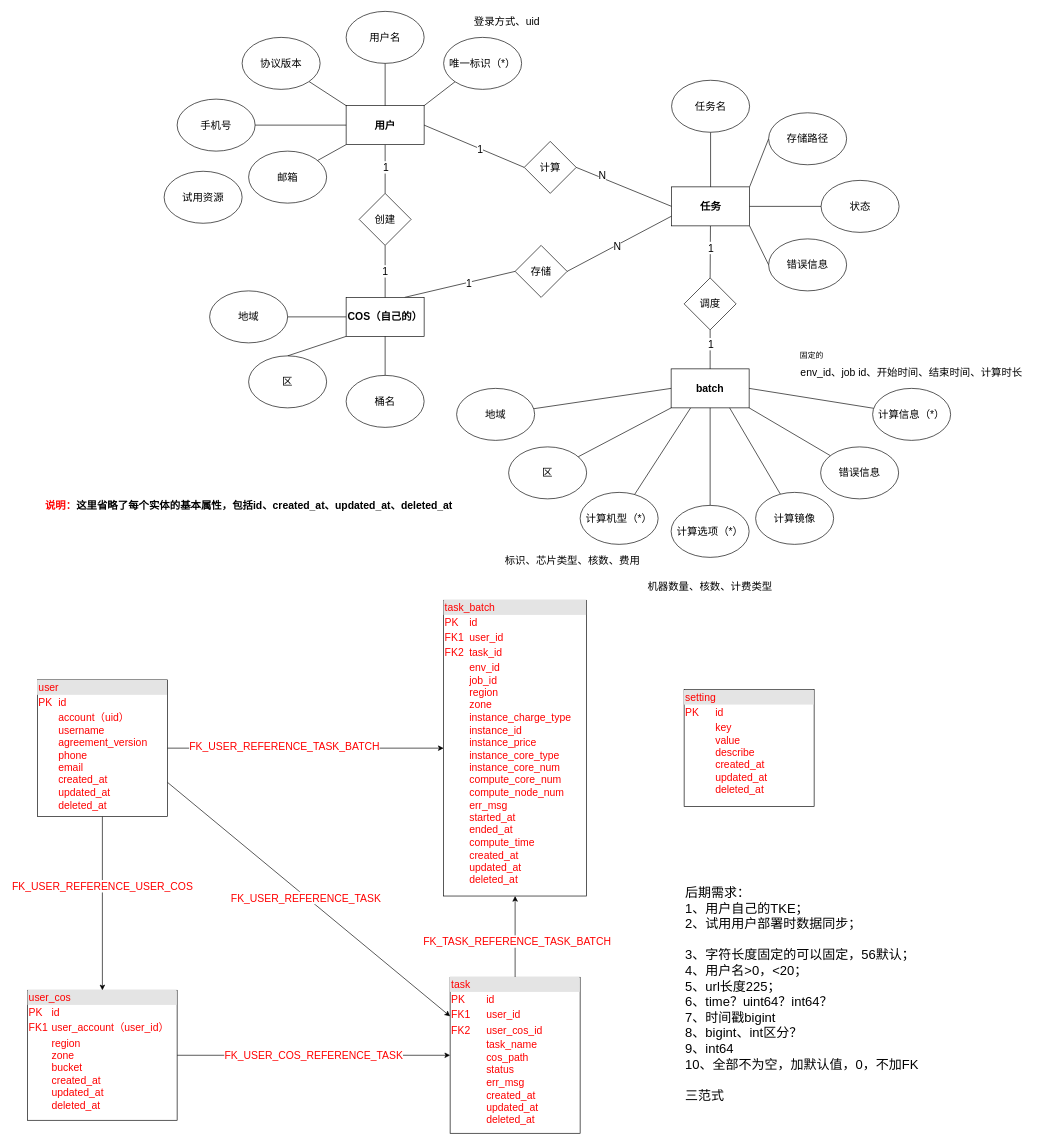
This is page "数据库设计" (2 of 2) of draft/mutfold/Untitled Diagram.drawio from mattshhuang/draw-io, a draw.io file, before an edit. Source tidied: cells renumbered, new cells numbered last; positions are measured from the earlier drawing's top-left corner, leaving out a move shared by most shapes. Both pictures are drawn from the tidied source at 65%, with x=0, y=0 at pixel (27, 11).
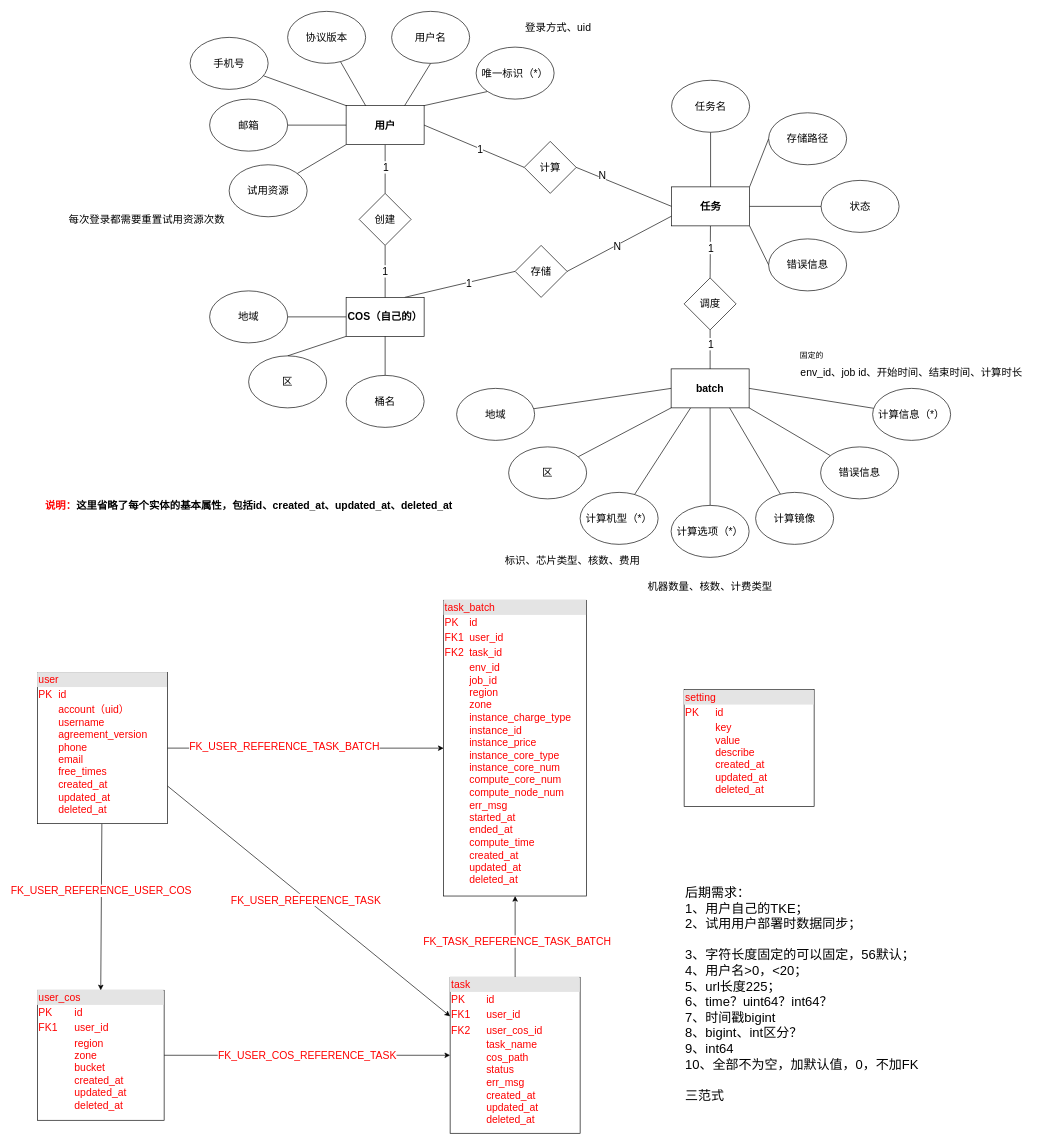
The same page after the edit.

The change refers to these unchanged cells:
```xml
<mxCell id="4" value="&lt;font style=&quot;font-size: 16px&quot;&gt;&lt;b&gt;用户&lt;/b&gt;&lt;/font&gt;" style="rounded=0;whiteSpace=wrap;html=1;" parent="1" vertex="1">
  <mxGeometry x="490" y="145" width="120" height="60" as="geometry" />
</mxCell>
```

Change to the diagram source:
```diff
@@
-    <mxCell id="18" style="edgeStyle=none;rounded=0;jettySize=auto;html=1;exitX=0.5;exitY=1;exitDx=0;exitDy=0;entryX=0.5;entryY=0;entryDx=0;entryDy=0;fontSize=16;endArrow=none;endFill=0;" parent="1" edge="1" source="19" target="4">
+    <mxCell id="18" style="edgeStyle=none;rounded=0;jettySize=auto;html=1;exitX=0.5;exitY=1;exitDx=0;exitDy=0;entryX=0.75;entryY=0;entryDx=0;entryDy=0;fontSize=16;endArrow=none;endFill=0;" parent="1" edge="1" source="19" target="4">
       <mxGeometry relative="1" as="geometry" />
     </mxCell>
     <mxCell id="19" value="用户名" style="ellipse;whiteSpace=wrap;html=1;fontSize=16;" parent="1" vertex="1">
-      <mxGeometry x="490" width="120" height="80" as="geometry" />
+      <mxGeometry x="560" width="120" height="80" as="geometry" />
     </mxCell>
@@
     <mxCell id="21" value="唯一标识（*）" style="ellipse;whiteSpace=wrap;html=1;fontSize=16;" parent="1" vertex="1">
-      <mxGeometry x="640" y="40" width="120" height="80" as="geometry" />
+      <mxGeometry x="690" y="55" width="120" height="80" as="geometry" />
     </mxCell>
@@
-    <mxCell id="23" style="rounded=0;jettySize=auto;html=1;entryX=0;entryY=0;entryDx=0;entryDy=0;fontSize=16;endArrow=none;endFill=0;" parent="1" edge="1" source="24" target="4">
+    <mxCell id="23" style="rounded=0;jettySize=auto;html=1;entryX=0.25;entryY=0;entryDx=0;entryDy=0;fontSize=16;endArrow=none;endFill=0;" parent="1" edge="1" source="24" target="4">
       <mxGeometry relative="1" as="geometry" />
     </mxCell>
     <mxCell id="24" value="协议版本" style="ellipse;whiteSpace=wrap;html=1;fontSize=16;" parent="1" vertex="1">
-      <mxGeometry x="330" y="40" width="120" height="80" as="geometry" />
+      <mxGeometry x="400" width="120" height="80" as="geometry" />
     </mxCell>
-    <mxCell id="25" style="edgeStyle=none;rounded=0;jettySize=auto;html=1;fontSize=16;endArrow=none;endFill=0;" parent="1" edge="1" source="26" target="4">
+    <mxCell id="25" style="edgeStyle=none;rounded=0;jettySize=auto;html=1;fontSize=16;endArrow=none;endFill=0;entryX=0;entryY=0;entryDx=0;entryDy=0;" parent="1" edge="1" source="26" target="4">
       <mxGeometry relative="1" as="geometry" />
     </mxCell>
     <mxCell id="26" value="手机号" style="ellipse;whiteSpace=wrap;html=1;fontSize=16;" parent="1" vertex="1">
-      <mxGeometry x="230" y="135" width="120" height="80" as="geometry" />
+      <mxGeometry x="250" y="40" width="120" height="80" as="geometry" />
     </mxCell>
-    <mxCell id="27" style="edgeStyle=none;rounded=0;jettySize=auto;html=1;entryX=0;entryY=1;entryDx=0;entryDy=0;fontSize=16;endArrow=none;endFill=0;" parent="1" edge="1" source="28" target="4">
+    <mxCell id="27" style="edgeStyle=none;rounded=0;jettySize=auto;html=1;entryX=0;entryY=0.5;entryDx=0;entryDy=0;fontSize=16;endArrow=none;endFill=0;" parent="1" edge="1" source="28" target="4">
       <mxGeometry relative="1" as="geometry" />
     </mxCell>
     <mxCell id="28" value="邮箱" style="ellipse;whiteSpace=wrap;html=1;fontSize=16;" parent="1" vertex="1">
-      <mxGeometry x="340" y="215" width="120" height="80" as="geometry" />
+      <mxGeometry x="280" y="135" width="120" height="80" as="geometry" />
     </mxCell>
@@
     <mxCell id="67" value="登录方式、uid" style="text;html=1;strokeColor=none;fillColor=none;align=center;verticalAlign=middle;whiteSpace=wrap;rounded=0;fontSize=16;" parent="1" vertex="1">
-      <mxGeometry x="631" width="213" height="30" as="geometry" />
+      <mxGeometry x="710" y="10" width="213" height="30" as="geometry" />
     </mxCell>
@@
-    <mxCell id="74" value="&lt;div style=&quot;box-sizing: border-box ; width: 100% ; background: #e4e4e4 ; padding: 2px&quot;&gt;user&lt;/div&gt;&lt;table style=&quot;width: 100% ; font-size: 1em&quot; cellpadding=&quot;2&quot; cellspacing=&quot;0&quot;&gt;&lt;tbody&gt;&lt;tr&gt;&lt;td&gt;PK&lt;/td&gt;&lt;td&gt;id&lt;/td&gt;&lt;/tr&gt;&lt;tr&gt;&lt;td&gt;&lt;/td&gt;&lt;td&gt;account（uid）&lt;br&gt;username&lt;br&gt;agreement_version&lt;br&gt;phone&lt;br&gt;email&lt;br&gt;created_at&lt;br&gt;updated_at&lt;br&gt;deleted_at&lt;/td&gt;&lt;/tr&gt;&lt;/tbody&gt;&lt;/table&gt;" style="verticalAlign=top;align=left;overflow=fill;html=1;fontSize=16;fontColor=#FF0000;" parent="1" vertex="1">
-      <mxGeometry x="15" y="1028.5" width="200" height="210" as="geometry" />
+    <mxCell id="74" value="&lt;div style=&quot;box-sizing: border-box ; width: 100% ; background: #e4e4e4 ; padding: 2px&quot;&gt;user&lt;/div&gt;&lt;table style=&quot;width: 100% ; font-size: 1em&quot; cellpadding=&quot;2&quot; cellspacing=&quot;0&quot;&gt;&lt;tbody&gt;&lt;tr&gt;&lt;td&gt;PK&lt;/td&gt;&lt;td&gt;id&lt;/td&gt;&lt;/tr&gt;&lt;tr&gt;&lt;td&gt;&lt;/td&gt;&lt;td&gt;account（uid）&lt;br&gt;username&lt;br&gt;agreement_version&lt;br&gt;phone&lt;br&gt;email&lt;br&gt;free_times&lt;br&gt;created_at&lt;br&gt;updated_at&lt;br&gt;deleted_at&lt;/td&gt;&lt;/tr&gt;&lt;/tbody&gt;&lt;/table&gt;" style="verticalAlign=top;align=left;overflow=fill;html=1;fontSize=16;fontColor=#FF0000;" parent="1" vertex="1">
+      <mxGeometry x="15" y="1017.2" width="200" height="232.5" as="geometry" />
     </mxCell>
@@
-    <mxCell id="76" value="&lt;div style=&quot;box-sizing: border-box ; width: 100% ; background: #e4e4e4 ; padding: 2px&quot;&gt;user_cos&lt;/div&gt;&lt;table style=&quot;width: 100% ; font-size: 1em&quot; cellpadding=&quot;2&quot; cellspacing=&quot;0&quot;&gt;&lt;tbody&gt;&lt;tr&gt;&lt;td&gt;PK&lt;/td&gt;&lt;td&gt;id&lt;/td&gt;&lt;/tr&gt;&lt;tr&gt;&lt;td&gt;FK1&lt;/td&gt;&lt;td&gt;user_account（user_id）&lt;/td&gt;&lt;/tr&gt;&lt;tr&gt;&lt;td&gt;&lt;/td&gt;&lt;td&gt;region&lt;br&gt;zone&lt;br&gt;bucket&lt;br&gt;created_at&lt;br&gt;updated_at&lt;br&gt;deleted_at&lt;/td&gt;&lt;/tr&gt;&lt;/tbody&gt;&lt;/table&gt;" style="verticalAlign=top;align=left;overflow=fill;html=1;fontSize=16;fontColor=#FF0000;" parent="1" vertex="1">
-      <mxGeometry y="1506" width="230" height="200" as="geometry" />
+    <mxCell id="76" value="&lt;div style=&quot;box-sizing: border-box ; width: 100% ; background: #e4e4e4 ; padding: 2px&quot;&gt;user_cos&lt;/div&gt;&lt;table style=&quot;width: 100% ; font-size: 1em&quot; cellpadding=&quot;2&quot; cellspacing=&quot;0&quot;&gt;&lt;tbody&gt;&lt;tr&gt;&lt;td&gt;PK&lt;/td&gt;&lt;td&gt;id&lt;/td&gt;&lt;/tr&gt;&lt;tr&gt;&lt;td&gt;FK1&lt;/td&gt;&lt;td&gt;user_id&lt;/td&gt;&lt;/tr&gt;&lt;tr&gt;&lt;td&gt;&lt;/td&gt;&lt;td&gt;region&lt;br&gt;zone&lt;br&gt;bucket&lt;br&gt;created_at&lt;br&gt;updated_at&lt;br&gt;deleted_at&lt;/td&gt;&lt;/tr&gt;&lt;/tbody&gt;&lt;/table&gt;" style="verticalAlign=top;align=left;overflow=fill;html=1;fontSize=16;fontColor=#FF0000;" parent="1" vertex="1">
+      <mxGeometry x="15" y="1506" width="195" height="200" as="geometry" />
     </mxCell>
@@
+    <mxCell id="85" style="rounded=0;jettySize=auto;html=1;entryX=0;entryY=1;entryDx=0;entryDy=0;fontSize=20;endArrow=none;endFill=0;" parent="1" edge="1" source="82" target="4">
+      <mxGeometry relative="1" as="geometry" />
+    </mxCell>
     <mxCell id="82" value="试用资源" style="ellipse;whiteSpace=wrap;html=1;fontSize=16;" parent="1" vertex="1">
-      <mxGeometry x="210" y="246" width="120" height="80" as="geometry" />
+      <mxGeometry x="310" y="236" width="120" height="80" as="geometry" />
     </mxCell>
@@
+    <mxCell id="86" value="每次登录都需要重置试用资源次数" style="text;html=1;strokeColor=none;fillColor=none;align=center;verticalAlign=middle;whiteSpace=wrap;rounded=0;fontSize=16;" parent="1" vertex="1">
+      <mxGeometry x="27" y="305" width="313" height="30" as="geometry" />
+    </mxCell>
```
